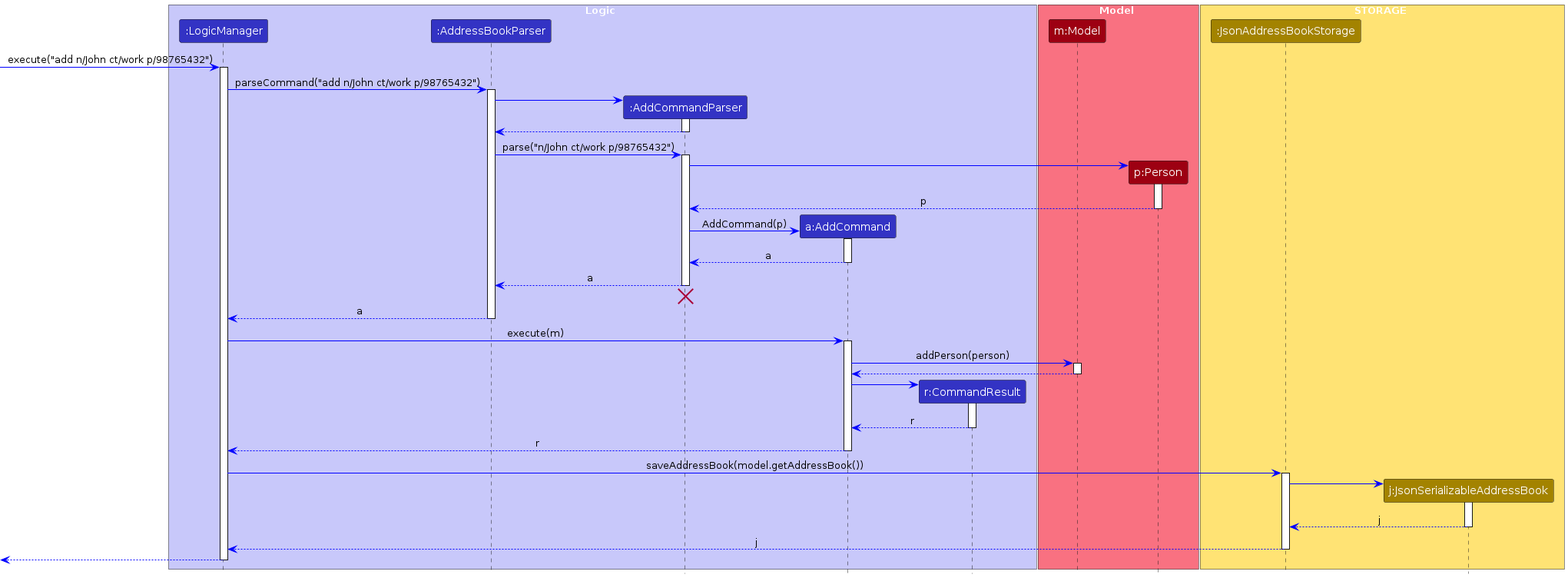
This is diagrams/AddSequenceDiagram.png from SlothyCat/tp, a PlantUML export, as it was before one commit. Its source is kept beside it as diagrams/AddSequenceDiagram.puml.
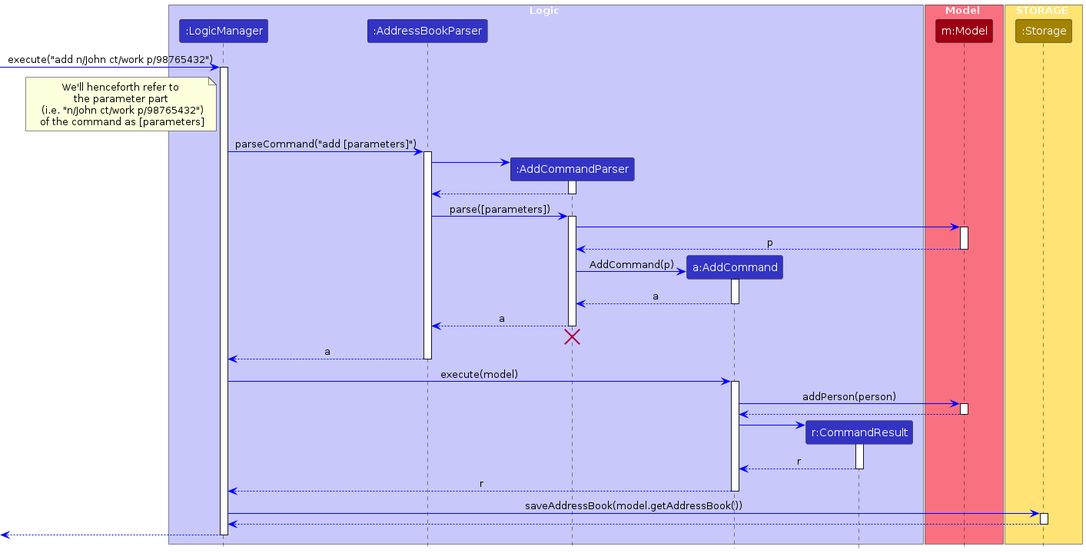
After the change.

The edit, as a diff of the source:
```diff
@@ -13,18 +13,24 @@
 
 box Model MODEL_COLOR_T1
 participant "m:Model" as Model MODEL_COLOR
-participant "p:Person" as Person MODEL_COLOR
 end box
 
 box STORAGE STORAGE_COLOR_T1
-participant ":JsonAddressBookStorage" as JsonAddressBookStorage STORAGE_COLOR
-participant "j:JsonSerializableAddressBook" as JsonSerializableAddressBook STORAGE_COLOR
+participant ":Storage" as JsonAddressBookStorage STORAGE_COLOR
 end box
 
 [-> LogicManager : execute("add n/John ct/work p/98765432")
+
+note left of LogicManager
+We'll henceforth refer to
+the parameter part
+ (i.e. "n/John ct/work p/98765432")
+ of the command as [parameters]
+end note
+
 activate LogicManager
 
-LogicManager -> AddressBookParser : parseCommand("add n/John ct/work p/98765432")
+LogicManager -> AddressBookParser : parseCommand("add [parameters]")
 activate AddressBookParser
 
 create AddCommandParser
@@ -34,15 +40,14 @@
 AddCommandParser --> AddressBookParser
 deactivate AddCommandParser
 
-AddressBookParser -> AddCommandParser : parse("n/John ct/work p/98765432")
+AddressBookParser -> AddCommandParser : parse([parameters])
 activate AddCommandParser
 
-create Person
-AddCommandParser -> Person
-activate Person
+AddCommandParser -> Model
+activate Model
 
-Person --> AddCommandParser : p
-deactivate Person
+Model --> AddCommandParser : p
+deactivate Model
 
 create AddCommand
 AddCommandParser -> AddCommand : AddCommand(p)
@@ -59,7 +64,7 @@
 AddressBookParser --> LogicManager : a
 deactivate AddressBookParser
 
-LogicManager -> AddCommand : execute(m)
+LogicManager -> AddCommand : execute(model)
 activate AddCommand
 
 AddCommand -> Model : addPerson(person)
@@ -81,14 +86,7 @@
 LogicManager -> JsonAddressBookStorage : saveAddressBook(model.getAddressBook())
 activate JsonAddressBookStorage
 
-create JsonSerializableAddressBook
-JsonAddressBookStorage -> JsonSerializableAddressBook
-activate JsonSerializableAddressBook
-
-JsonSerializableAddressBook --> JsonAddressBookStorage : j
-deactivate JsonSerializableAddressBook
-
-JsonAddressBookStorage --> LogicManager : j
+JsonAddressBookStorage --> LogicManager
 deactivate JsonAddressBookStorage
 
 [<--LogicManager
```
